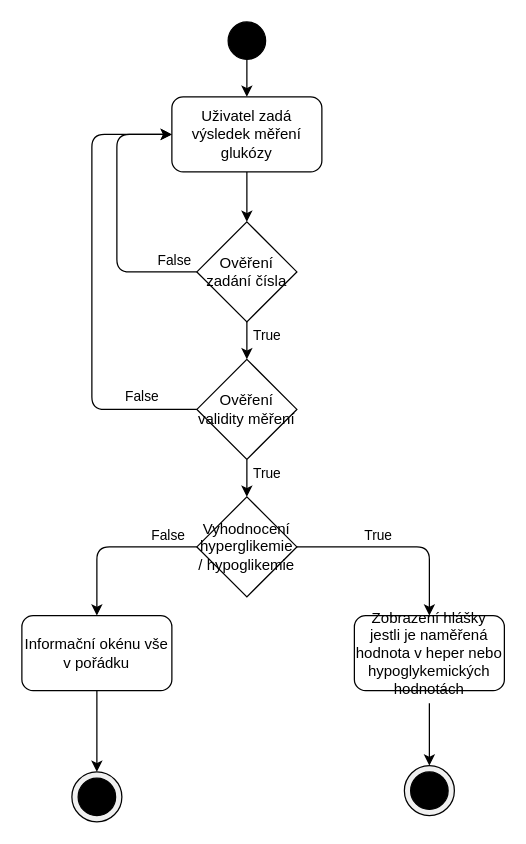
The draw.io diagram State_diagram/Mereni_glukozy.drawio in IronKnee22/software_inz, before the edit. Source tidied: cells renumbered, new cells numbered last; positions are measured from the earlier drawing's top-left corner, leaving out a move shared by most shapes. Both pictures are drawn from the tidied source at 125%, with x=0, y=0 at pixel (21, 21).
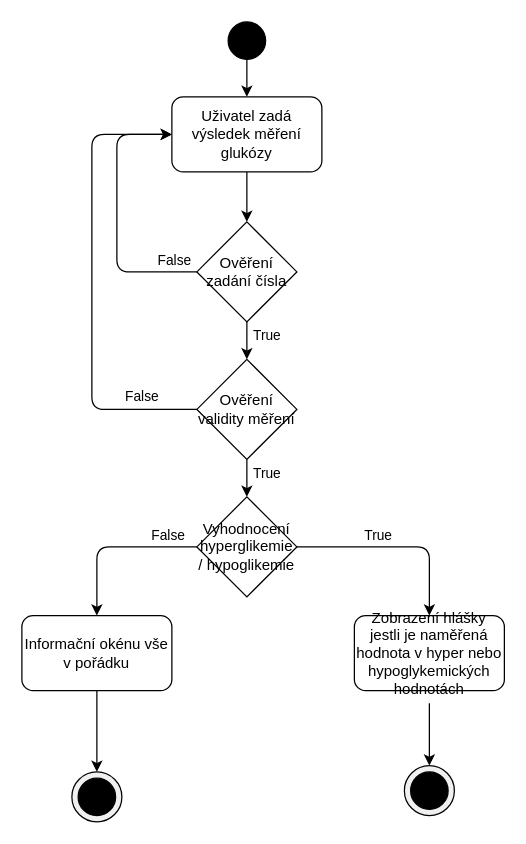
The same page after the edit.

The edit, as a diff of the source:
```diff
@@
-    <mxCell id="27" value="Zobrazení hlášky jestli je naměřená hodnota v heper nebo hypoglykemických hodnotách" style="rounded=1;whiteSpace=wrap;html=1;strokeColor=#000000;" parent="1" vertex="1">
+    <mxCell id="27" value="Zobrazení hlášky jestli je naměřená hodnota v hyper nebo hypoglykemických hodnotách" style="rounded=1;whiteSpace=wrap;html=1;strokeColor=#000000;" parent="1" vertex="1">
       <mxGeometry x="266" y="475" width="120" height="60" as="geometry" />
     </mxCell>
```
